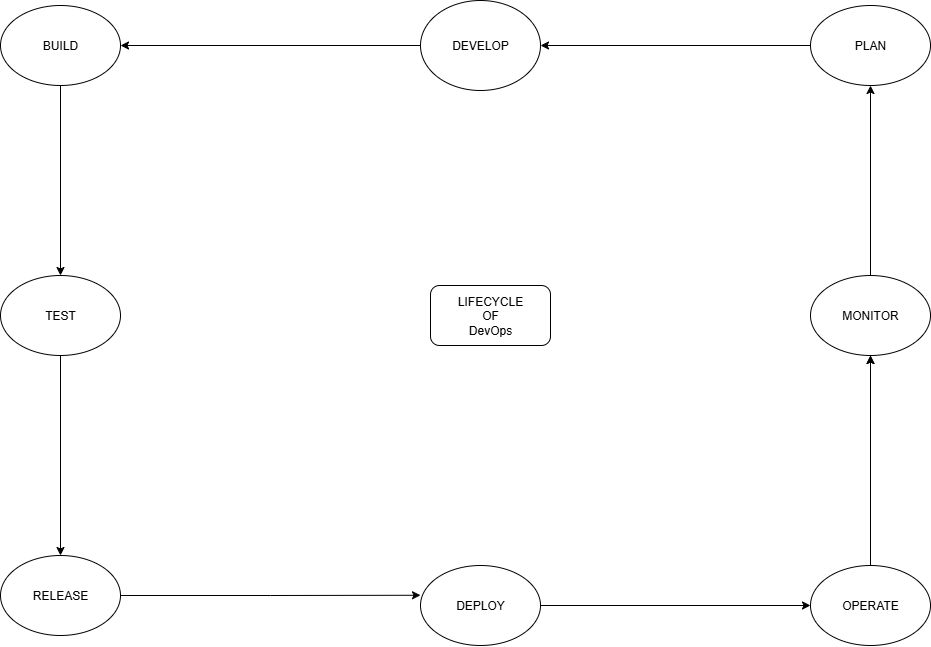
This is flowchart.png from Banu-1234/DevOps-project, a draw.io export, as it was before one commit. Source tidied: cells renumbered, new cells last; positions are measured from the earlier drawing's top-left corner, leaving out a move shared by most shapes. Its diagram source:
```xml
<mxGraphModel>
  <root>
    <mxCell id="0" />
    <mxCell id="1" parent="0" />
    <mxCell id="2" style="edgeStyle=orthogonalEdgeStyle;rounded=0;jettySize=auto;html=1;exitX=0;exitY=0.5;exitDx=0;exitDy=0;entryX=1;entryY=0.5;entryDx=0;entryDy=0;" parent="1" edge="1" source="3" target="7">
      <mxGeometry relative="1" as="geometry" />
    </mxCell>
    <mxCell id="3" value="DEVELOP" style="ellipse;whiteSpace=wrap;html=1;" parent="1" vertex="1">
      <mxGeometry x="420" width="120" height="90" as="geometry" />
    </mxCell>
    <mxCell id="4" style="edgeStyle=orthogonalEdgeStyle;rounded=0;jettySize=auto;html=1;exitX=0;exitY=0.5;exitDx=0;exitDy=0;entryX=1;entryY=0.5;entryDx=0;entryDy=0;" parent="1" edge="1" source="5" target="3">
      <mxGeometry relative="1" as="geometry" />
    </mxCell>
    <mxCell id="5" value="PLAN" style="ellipse;whiteSpace=wrap;html=1;" parent="1" vertex="1">
      <mxGeometry x="810" y="5" width="120" height="80" as="geometry" />
    </mxCell>
    <mxCell id="6" style="edgeStyle=orthogonalEdgeStyle;rounded=0;jettySize=auto;html=1;exitX=0.5;exitY=1;exitDx=0;exitDy=0;entryX=0.5;entryY=0;entryDx=0;entryDy=0;" parent="1" edge="1" source="7" target="14">
      <mxGeometry relative="1" as="geometry" />
    </mxCell>
    <mxCell id="7" value="BUILD" style="ellipse;whiteSpace=wrap;html=1;" parent="1" vertex="1">
      <mxGeometry y="5" width="120" height="80" as="geometry" />
    </mxCell>
    <mxCell id="8" value="RELEASE" style="ellipse;whiteSpace=wrap;html=1;" parent="1" vertex="1">
      <mxGeometry y="555" width="120" height="80" as="geometry" />
    </mxCell>
    <mxCell id="9" style="edgeStyle=orthogonalEdgeStyle;rounded=0;jettySize=auto;html=1;exitX=1;exitY=0.5;exitDx=0;exitDy=0;entryX=0;entryY=0.5;entryDx=0;entryDy=0;" parent="1" edge="1" source="10" target="12">
      <mxGeometry relative="1" as="geometry" />
    </mxCell>
    <mxCell id="10" value="DEPLOY" style="ellipse;whiteSpace=wrap;html=1;" parent="1" vertex="1">
      <mxGeometry x="420" y="565" width="120" height="80" as="geometry" />
    </mxCell>
    <mxCell id="11" style="edgeStyle=orthogonalEdgeStyle;rounded=0;jettySize=auto;html=1;exitX=0.5;exitY=0;exitDx=0;exitDy=0;entryX=0.5;entryY=1;entryDx=0;entryDy=0;" parent="1" edge="1" source="12" target="17">
      <mxGeometry relative="1" as="geometry" />
    </mxCell>
    <mxCell id="12" value="OPERATE" style="ellipse;whiteSpace=wrap;html=1;" parent="1" vertex="1">
      <mxGeometry x="810" y="565" width="120" height="80" as="geometry" />
    </mxCell>
    <mxCell id="13" style="edgeStyle=orthogonalEdgeStyle;rounded=0;jettySize=auto;html=1;" parent="1" edge="1" source="14" target="8">
      <mxGeometry relative="1" as="geometry" />
    </mxCell>
    <mxCell id="14" value="TEST" style="ellipse;whiteSpace=wrap;html=1;" parent="1" vertex="1">
      <mxGeometry y="275" width="120" height="80" as="geometry" />
    </mxCell>
    <mxCell id="15" style="edgeStyle=orthogonalEdgeStyle;rounded=0;jettySize=auto;html=1;" parent="1" edge="1" source="17">
      <mxGeometry relative="1" as="geometry">
        <mxPoint x="870" y="355" as="targetPoint" />
      </mxGeometry>
    </mxCell>
    <mxCell id="16" style="edgeStyle=orthogonalEdgeStyle;rounded=0;jettySize=auto;html=1;exitX=0.5;exitY=0;exitDx=0;exitDy=0;entryX=0.5;entryY=1;entryDx=0;entryDy=0;" parent="1" edge="1" source="17" target="5">
      <mxGeometry relative="1" as="geometry" />
    </mxCell>
    <mxCell id="17" value="MONITOR" style="ellipse;whiteSpace=wrap;html=1;" parent="1" vertex="1">
      <mxGeometry x="810" y="275" width="120" height="80" as="geometry" />
    </mxCell>
    <mxCell id="18" style="edgeStyle=orthogonalEdgeStyle;rounded=0;jettySize=auto;html=1;exitX=1;exitY=0.5;exitDx=0;exitDy=0;entryX=0;entryY=0.372;entryDx=0;entryDy=0;entryPerimeter=0;" parent="1" edge="1" source="8" target="10">
      <mxGeometry relative="1" as="geometry" />
    </mxCell>
    <mxCell id="19" value="LIFECYCLE&lt;div&gt;OF&lt;/div&gt;&lt;div&gt;DevOps&lt;/div&gt;" style="rounded=1;whiteSpace=wrap;html=1;" parent="1" vertex="1">
      <mxGeometry x="430" y="285" width="120" height="60" as="geometry" />
    </mxCell>
  </root>
</mxGraphModel>
```
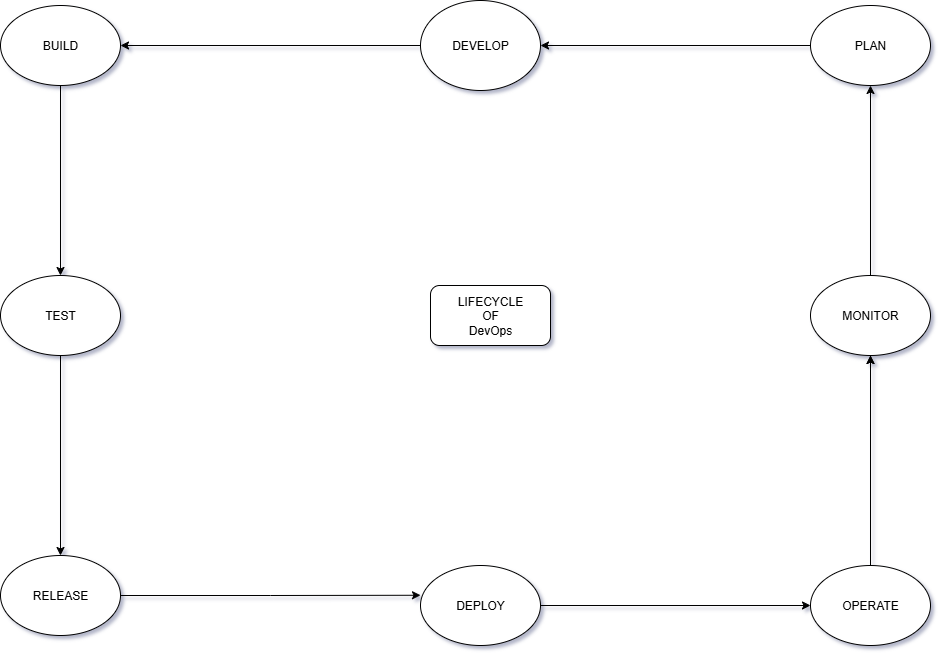
Above is the later version.

Change to the diagram source:
```diff
@@ -1,61 +1,61 @@
-<mxGraphModel>
+<mxGraphModel background="#ffffff" shadow="1">
   <root>
     <mxCell id="0" />
     <mxCell id="1" parent="0" />
-    <mxCell id="2" style="edgeStyle=orthogonalEdgeStyle;rounded=0;jettySize=auto;html=1;exitX=0;exitY=0.5;exitDx=0;exitDy=0;entryX=1;entryY=0.5;entryDx=0;entryDy=0;" parent="1" edge="1" source="3" target="7">
+    <mxCell id="2" style="edgeStyle=orthogonalEdgeStyle;rounded=0;jettySize=auto;html=1;exitX=0;exitY=0.5;exitDx=0;exitDy=0;entryX=1;entryY=0.5;entryDx=0;entryDy=0;labelBackgroundColor=none;fontColor=default;" parent="1" edge="1" source="3" target="7">
       <mxGeometry relative="1" as="geometry" />
     </mxCell>
-    <mxCell id="3" value="DEVELOP" style="ellipse;whiteSpace=wrap;html=1;" parent="1" vertex="1">
+    <mxCell id="3" value="DEVELOP" style="ellipse;whiteSpace=wrap;html=1;labelBackgroundColor=none;" parent="1" vertex="1">
       <mxGeometry x="420" width="120" height="90" as="geometry" />
     </mxCell>
-    <mxCell id="4" style="edgeStyle=orthogonalEdgeStyle;rounded=0;jettySize=auto;html=1;exitX=0;exitY=0.5;exitDx=0;exitDy=0;entryX=1;entryY=0.5;entryDx=0;entryDy=0;" parent="1" edge="1" source="5" target="3">
+    <mxCell id="4" style="edgeStyle=orthogonalEdgeStyle;rounded=0;jettySize=auto;html=1;exitX=0;exitY=0.5;exitDx=0;exitDy=0;entryX=1;entryY=0.5;entryDx=0;entryDy=0;labelBackgroundColor=none;fontColor=default;" parent="1" edge="1" source="5" target="3">
       <mxGeometry relative="1" as="geometry" />
     </mxCell>
-    <mxCell id="5" value="PLAN" style="ellipse;whiteSpace=wrap;html=1;" parent="1" vertex="1">
+    <mxCell id="5" value="PLAN" style="ellipse;whiteSpace=wrap;html=1;labelBackgroundColor=none;" parent="1" vertex="1">
       <mxGeometry x="810" y="5" width="120" height="80" as="geometry" />
     </mxCell>
-    <mxCell id="6" style="edgeStyle=orthogonalEdgeStyle;rounded=0;jettySize=auto;html=1;exitX=0.5;exitY=1;exitDx=0;exitDy=0;entryX=0.5;entryY=0;entryDx=0;entryDy=0;" parent="1" edge="1" source="7" target="14">
+    <mxCell id="6" style="edgeStyle=orthogonalEdgeStyle;rounded=0;jettySize=auto;html=1;exitX=0.5;exitY=1;exitDx=0;exitDy=0;entryX=0.5;entryY=0;entryDx=0;entryDy=0;labelBackgroundColor=none;fontColor=default;" parent="1" edge="1" source="7" target="14">
       <mxGeometry relative="1" as="geometry" />
     </mxCell>
-    <mxCell id="7" value="BUILD" style="ellipse;whiteSpace=wrap;html=1;" parent="1" vertex="1">
+    <mxCell id="7" value="BUILD" style="ellipse;whiteSpace=wrap;html=1;labelBackgroundColor=none;" parent="1" vertex="1">
       <mxGeometry y="5" width="120" height="80" as="geometry" />
     </mxCell>
-    <mxCell id="8" value="RELEASE" style="ellipse;whiteSpace=wrap;html=1;" parent="1" vertex="1">
+    <mxCell id="8" value="RELEASE" style="ellipse;whiteSpace=wrap;html=1;labelBackgroundColor=none;" parent="1" vertex="1">
       <mxGeometry y="555" width="120" height="80" as="geometry" />
     </mxCell>
-    <mxCell id="9" style="edgeStyle=orthogonalEdgeStyle;rounded=0;jettySize=auto;html=1;exitX=1;exitY=0.5;exitDx=0;exitDy=0;entryX=0;entryY=0.5;entryDx=0;entryDy=0;" parent="1" edge="1" source="10" target="12">
+    <mxCell id="9" style="edgeStyle=orthogonalEdgeStyle;rounded=0;jettySize=auto;html=1;exitX=1;exitY=0.5;exitDx=0;exitDy=0;entryX=0;entryY=0.5;entryDx=0;entryDy=0;labelBackgroundColor=none;fontColor=default;" parent="1" edge="1" source="10" target="12">
       <mxGeometry relative="1" as="geometry" />
     </mxCell>
-    <mxCell id="10" value="DEPLOY" style="ellipse;whiteSpace=wrap;html=1;" parent="1" vertex="1">
+    <mxCell id="10" value="DEPLOY" style="ellipse;whiteSpace=wrap;html=1;labelBackgroundColor=none;" parent="1" vertex="1">
       <mxGeometry x="420" y="565" width="120" height="80" as="geometry" />
     </mxCell>
-    <mxCell id="11" style="edgeStyle=orthogonalEdgeStyle;rounded=0;jettySize=auto;html=1;exitX=0.5;exitY=0;exitDx=0;exitDy=0;entryX=0.5;entryY=1;entryDx=0;entryDy=0;" parent="1" edge="1" source="12" target="17">
+    <mxCell id="11" style="edgeStyle=orthogonalEdgeStyle;rounded=0;jettySize=auto;html=1;exitX=0.5;exitY=0;exitDx=0;exitDy=0;entryX=0.5;entryY=1;entryDx=0;entryDy=0;labelBackgroundColor=none;fontColor=default;" parent="1" edge="1" source="12" target="17">
       <mxGeometry relative="1" as="geometry" />
     </mxCell>
-    <mxCell id="12" value="OPERATE" style="ellipse;whiteSpace=wrap;html=1;" parent="1" vertex="1">
+    <mxCell id="12" value="OPERATE" style="ellipse;whiteSpace=wrap;html=1;labelBackgroundColor=none;" parent="1" vertex="1">
       <mxGeometry x="810" y="565" width="120" height="80" as="geometry" />
     </mxCell>
-    <mxCell id="13" style="edgeStyle=orthogonalEdgeStyle;rounded=0;jettySize=auto;html=1;" parent="1" edge="1" source="14" target="8">
+    <mxCell id="13" style="edgeStyle=orthogonalEdgeStyle;rounded=0;jettySize=auto;html=1;labelBackgroundColor=none;fontColor=default;" parent="1" edge="1" source="14" target="8">
       <mxGeometry relative="1" as="geometry" />
     </mxCell>
-    <mxCell id="14" value="TEST" style="ellipse;whiteSpace=wrap;html=1;" parent="1" vertex="1">
+    <mxCell id="14" value="TEST" style="ellipse;whiteSpace=wrap;html=1;labelBackgroundColor=none;" parent="1" vertex="1">
       <mxGeometry y="275" width="120" height="80" as="geometry" />
     </mxCell>
-    <mxCell id="15" style="edgeStyle=orthogonalEdgeStyle;rounded=0;jettySize=auto;html=1;" parent="1" edge="1" source="17">
+    <mxCell id="15" style="edgeStyle=orthogonalEdgeStyle;rounded=0;jettySize=auto;html=1;labelBackgroundColor=none;fontColor=default;" parent="1" edge="1" source="17">
       <mxGeometry relative="1" as="geometry">
         <mxPoint x="870" y="355" as="targetPoint" />
       </mxGeometry>
     </mxCell>
-    <mxCell id="16" style="edgeStyle=orthogonalEdgeStyle;rounded=0;jettySize=auto;html=1;exitX=0.5;exitY=0;exitDx=0;exitDy=0;entryX=0.5;entryY=1;entryDx=0;entryDy=0;" parent="1" edge="1" source="17" target="5">
+    <mxCell id="16" style="edgeStyle=orthogonalEdgeStyle;rounded=0;jettySize=auto;html=1;exitX=0.5;exitY=0;exitDx=0;exitDy=0;entryX=0.5;entryY=1;entryDx=0;entryDy=0;labelBackgroundColor=none;fontColor=default;" parent="1" edge="1" source="17" target="5">
       <mxGeometry relative="1" as="geometry" />
     </mxCell>
-    <mxCell id="17" value="MONITOR" style="ellipse;whiteSpace=wrap;html=1;" parent="1" vertex="1">
+    <mxCell id="17" value="MONITOR" style="ellipse;whiteSpace=wrap;html=1;labelBackgroundColor=none;" parent="1" vertex="1">
       <mxGeometry x="810" y="275" width="120" height="80" as="geometry" />
     </mxCell>
-    <mxCell id="18" style="edgeStyle=orthogonalEdgeStyle;rounded=0;jettySize=auto;html=1;exitX=1;exitY=0.5;exitDx=0;exitDy=0;entryX=0;entryY=0.372;entryDx=0;entryDy=0;entryPerimeter=0;" parent="1" edge="1" source="8" target="10">
+    <mxCell id="18" style="edgeStyle=orthogonalEdgeStyle;rounded=0;jettySize=auto;html=1;exitX=1;exitY=0.5;exitDx=0;exitDy=0;entryX=0;entryY=0.372;entryDx=0;entryDy=0;entryPerimeter=0;labelBackgroundColor=none;fontColor=default;" parent="1" edge="1" source="8" target="10">
       <mxGeometry relative="1" as="geometry" />
     </mxCell>
-    <mxCell id="19" value="LIFECYCLE&lt;div&gt;OF&lt;/div&gt;&lt;div&gt;DevOps&lt;/div&gt;" style="rounded=1;whiteSpace=wrap;html=1;" parent="1" vertex="1">
+    <mxCell id="19" value="LIFECYCLE&lt;div&gt;OF&lt;/div&gt;&lt;div&gt;DevOps&lt;/div&gt;" style="rounded=1;whiteSpace=wrap;html=1;labelBackgroundColor=none;" parent="1" vertex="1">
       <mxGeometry x="430" y="285" width="120" height="60" as="geometry" />
     </mxCell>
   </root>
```
